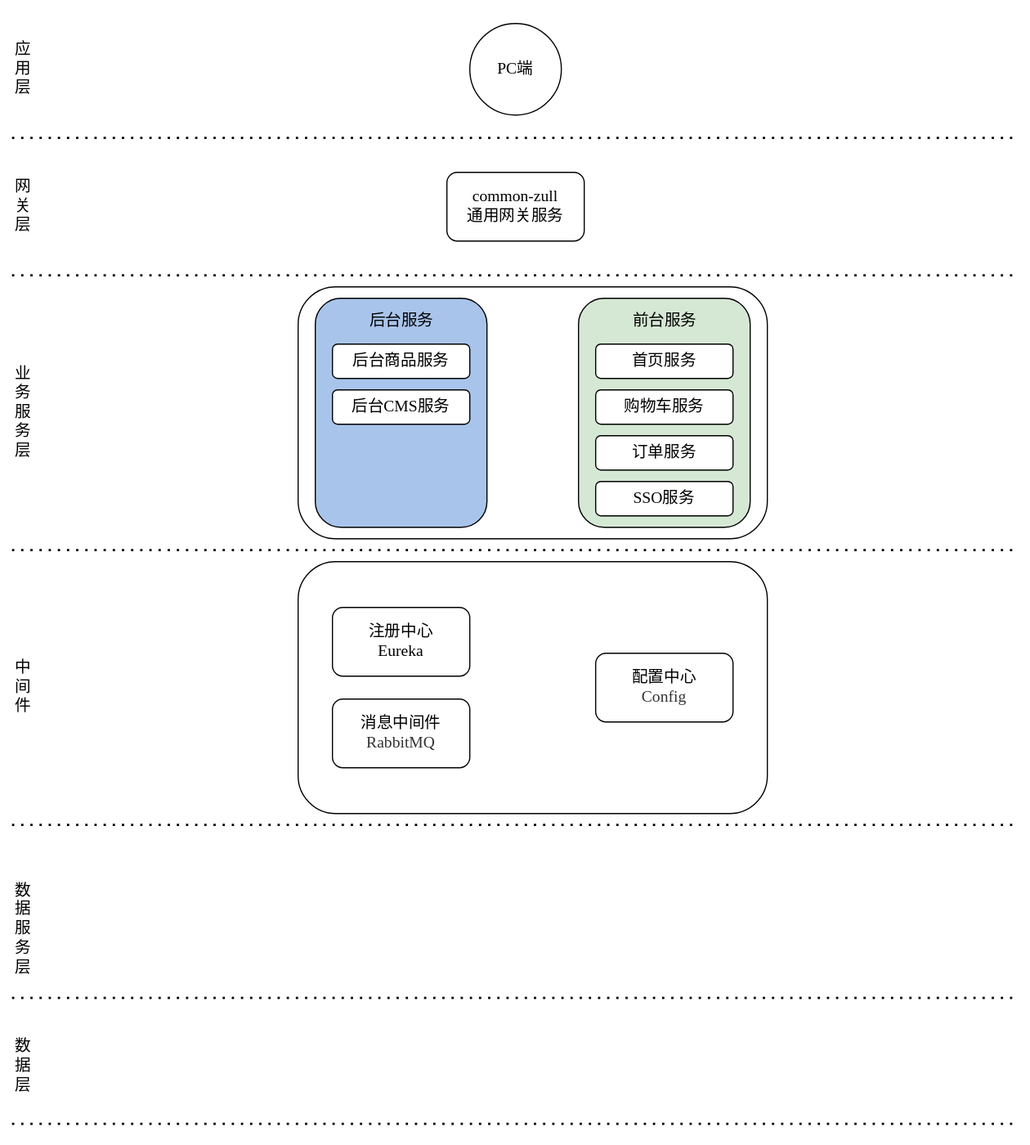
Above: draw/百战商城项目架构.svg in zhangqinghua/hexo_image (draw.io), before the change. Source tidied: cells renumbered, new cells last; positions are measured from the earlier drawing's top-left corner, leaving out a move shared by most shapes.
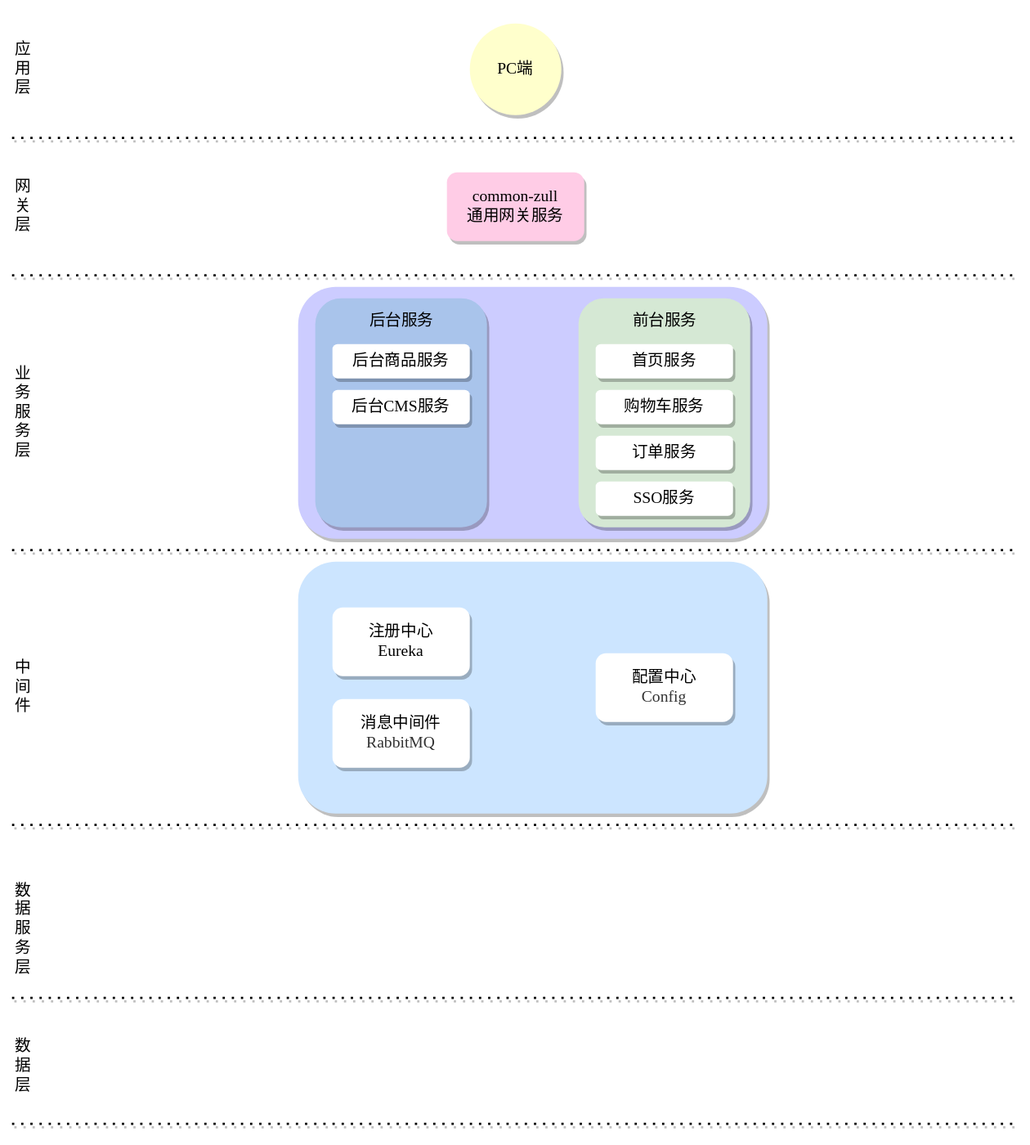
The same diagram one commit later.

Commit message:
已添加 百战商城项目架构.svg

Change to the diagram source:
```diff
@@ -2,114 +2,114 @@
   <root>
     <mxCell id="0" />
     <mxCell id="1" parent="0" />
-    <mxCell id="2" style="rounded=1;whiteSpace=wrap;html=1;fontFamily=Lucida Console;fillColor=#FFFFFF;fontSize=14;" parent="1" vertex="1">
+    <mxCell id="2" style="rounded=1;whiteSpace=wrap;html=1;fontFamily=Lucida Console;fontSize=14;strokeColor=none;fillColor=#CCCCFF;shadow=1;" parent="1" vertex="1">
       <mxGeometry x="250" y="250" width="410" height="220" as="geometry" />
     </mxCell>
-    <mxCell id="3" style="rounded=1;whiteSpace=wrap;html=1;fontFamily=Lucida Console;fillColor=#D5E8D4;fontSize=14;" parent="1" vertex="1">
+    <mxCell id="3" style="rounded=1;whiteSpace=wrap;html=1;fontFamily=Lucida Console;fillColor=#D5E8D4;fontSize=14;strokeColor=none;shadow=1;" parent="1" vertex="1">
       <mxGeometry x="495" y="260" width="150" height="200" as="geometry" />
     </mxCell>
-    <mxCell id="4" style="rounded=1;whiteSpace=wrap;html=1;fontFamily=Lucida Console;fillColor=#A9C4EB;fontSize=14;" parent="1" vertex="1">
+    <mxCell id="4" style="rounded=1;whiteSpace=wrap;html=1;fontFamily=Lucida Console;fillColor=#A9C4EB;fontSize=14;strokeColor=none;shadow=1;" parent="1" vertex="1">
       <mxGeometry x="265" y="260" width="150" height="200" as="geometry" />
     </mxCell>
-    <mxCell id="5" style="endArrow=none;dashed=1;html=1;dashPattern=1 3;strokeWidth=2;fontFamily=Lucida Console;fontSize=14;" parent="1" edge="1">
+    <mxCell id="5" style="endArrow=none;dashed=1;html=1;dashPattern=1 3;strokeWidth=2;fontFamily=Lucida Console;fontSize=14;shadow=1;" parent="1" edge="1">
       <mxGeometry relative="1" as="geometry">
         <mxPoint y="120" as="sourcePoint" />
         <mxPoint x="880" y="120" as="targetPoint" />
       </mxGeometry>
     </mxCell>
-    <mxCell id="6" value="&lt;font style=&quot;font-size: 14px;&quot;&gt;应用层&lt;/font&gt;" style="text;html=1;strokeColor=none;fillColor=none;align=center;verticalAlign=middle;whiteSpace=wrap;rounded=0;fontFamily=Lucida Console;fontSize=14;" parent="1" vertex="1">
+    <mxCell id="6" value="&lt;font style=&quot;font-size: 14px;&quot;&gt;应用层&lt;/font&gt;" style="text;html=1;strokeColor=none;fillColor=none;align=center;verticalAlign=middle;whiteSpace=wrap;rounded=0;fontFamily=Lucida Console;fontSize=14;shadow=1;" parent="1" vertex="1">
       <mxGeometry width="20" height="120" as="geometry" />
     </mxCell>
-    <mxCell id="7" value="&lt;span style=&quot;font-size: 14px;&quot;&gt;网关层&lt;/span&gt;" style="text;html=1;strokeColor=none;fillColor=none;align=center;verticalAlign=middle;whiteSpace=wrap;rounded=0;fontFamily=Lucida Console;fontSize=14;" parent="1" vertex="1">
+    <mxCell id="7" value="&lt;span style=&quot;font-size: 14px;&quot;&gt;网关层&lt;/span&gt;" style="text;html=1;strokeColor=none;fillColor=none;align=center;verticalAlign=middle;whiteSpace=wrap;rounded=0;fontFamily=Lucida Console;fontSize=14;shadow=1;" parent="1" vertex="1">
       <mxGeometry y="120" width="20" height="120" as="geometry" />
     </mxCell>
-    <mxCell id="8" style="endArrow=none;dashed=1;html=1;dashPattern=1 3;strokeWidth=2;fontFamily=Lucida Console;fontSize=14;" parent="1" edge="1">
+    <mxCell id="8" style="endArrow=none;dashed=1;html=1;dashPattern=1 3;strokeWidth=2;fontFamily=Lucida Console;fontSize=14;shadow=1;" parent="1" edge="1">
       <mxGeometry relative="1" as="geometry">
         <mxPoint y="240" as="sourcePoint" />
         <mxPoint x="880" y="240" as="targetPoint" />
       </mxGeometry>
     </mxCell>
-    <mxCell id="9" value="&lt;span style=&quot;font-size: 14px;&quot;&gt;业务服务层&lt;/span&gt;" style="text;html=1;strokeColor=none;fillColor=none;align=center;verticalAlign=middle;whiteSpace=wrap;rounded=0;fontFamily=Lucida Console;fontSize=14;" parent="1" vertex="1">
+    <mxCell id="9" value="&lt;span style=&quot;font-size: 14px;&quot;&gt;业务服务层&lt;/span&gt;" style="text;html=1;strokeColor=none;fillColor=none;align=center;verticalAlign=middle;whiteSpace=wrap;rounded=0;fontFamily=Lucida Console;fontSize=14;shadow=1;" parent="1" vertex="1">
       <mxGeometry y="240" width="20" height="240" as="geometry" />
     </mxCell>
-    <mxCell id="10" style="endArrow=none;dashed=1;html=1;dashPattern=1 3;strokeWidth=2;fontFamily=Lucida Console;fontSize=14;" parent="1" edge="1" target="9">
+    <mxCell id="10" style="endArrow=none;dashed=1;html=1;dashPattern=1 3;strokeWidth=2;fontFamily=Lucida Console;fontSize=14;shadow=1;" parent="1" edge="1" target="9">
       <mxGeometry relative="1" as="geometry">
         <mxPoint y="320" as="sourcePoint" />
       </mxGeometry>
     </mxCell>
-    <mxCell id="11" style="endArrow=none;dashed=1;html=1;dashPattern=1 3;strokeWidth=2;fontFamily=Lucida Console;fontSize=14;" parent="1" edge="1">
+    <mxCell id="11" style="endArrow=none;dashed=1;html=1;dashPattern=1 3;strokeWidth=2;fontFamily=Lucida Console;fontSize=14;shadow=1;" parent="1" edge="1">
       <mxGeometry relative="1" as="geometry">
         <mxPoint y="480" as="sourcePoint" />
         <mxPoint x="880" y="480" as="targetPoint" />
       </mxGeometry>
     </mxCell>
-    <mxCell id="12" value="&lt;span style=&quot;font-size: 14px;&quot;&gt;中间件&lt;/span&gt;" style="text;html=1;strokeColor=none;fillColor=none;align=center;verticalAlign=middle;whiteSpace=wrap;rounded=0;fontFamily=Lucida Console;fontSize=14;" parent="1" vertex="1">
+    <mxCell id="12" value="&lt;span style=&quot;font-size: 14px;&quot;&gt;中间件&lt;/span&gt;" style="text;html=1;strokeColor=none;fillColor=none;align=center;verticalAlign=middle;whiteSpace=wrap;rounded=0;fontFamily=Lucida Console;fontSize=14;shadow=1;" parent="1" vertex="1">
       <mxGeometry y="480" width="20" height="240" as="geometry" />
     </mxCell>
-    <mxCell id="13" style="endArrow=none;dashed=1;html=1;dashPattern=1 3;strokeWidth=2;fontFamily=Lucida Console;fontSize=14;" parent="1" edge="1">
+    <mxCell id="13" style="endArrow=none;dashed=1;html=1;dashPattern=1 3;strokeWidth=2;fontFamily=Lucida Console;fontSize=14;shadow=1;" parent="1" edge="1">
       <mxGeometry relative="1" as="geometry">
         <mxPoint y="720" as="sourcePoint" />
         <mxPoint x="880" y="720" as="targetPoint" />
       </mxGeometry>
     </mxCell>
-    <mxCell id="14" value="&lt;span style=&quot;font-size: 14px;&quot;&gt;数据服务层&lt;/span&gt;" style="text;html=1;strokeColor=none;fillColor=none;align=center;verticalAlign=middle;whiteSpace=wrap;rounded=0;fontFamily=Lucida Console;fontSize=14;" parent="1" vertex="1">
+    <mxCell id="14" value="&lt;span style=&quot;font-size: 14px;&quot;&gt;数据服务层&lt;/span&gt;" style="text;html=1;strokeColor=none;fillColor=none;align=center;verticalAlign=middle;whiteSpace=wrap;rounded=0;fontFamily=Lucida Console;fontSize=14;shadow=1;" parent="1" vertex="1">
       <mxGeometry y="751" width="20" height="120" as="geometry" />
     </mxCell>
-    <mxCell id="15" style="endArrow=none;dashed=1;html=1;dashPattern=1 3;strokeWidth=2;fontFamily=Lucida Console;fontSize=14;" parent="1" edge="1">
+    <mxCell id="15" style="endArrow=none;dashed=1;html=1;dashPattern=1 3;strokeWidth=2;fontFamily=Lucida Console;fontSize=14;shadow=1;" parent="1" edge="1">
       <mxGeometry relative="1" as="geometry">
         <mxPoint y="871" as="sourcePoint" />
         <mxPoint x="880" y="871" as="targetPoint" />
       </mxGeometry>
     </mxCell>
-    <mxCell id="16" style="endArrow=none;dashed=1;html=1;dashPattern=1 3;strokeWidth=2;fontFamily=Lucida Console;fontSize=14;" parent="1" edge="1">
+    <mxCell id="16" style="endArrow=none;dashed=1;html=1;dashPattern=1 3;strokeWidth=2;fontFamily=Lucida Console;fontSize=14;shadow=1;" parent="1" edge="1">
       <mxGeometry relative="1" as="geometry">
         <mxPoint y="981" as="sourcePoint" />
         <mxPoint x="880" y="981" as="targetPoint" />
       </mxGeometry>
     </mxCell>
-    <mxCell id="17" value="&lt;span style=&quot;font-size: 14px;&quot;&gt;数据层&lt;/span&gt;" style="text;html=1;strokeColor=none;fillColor=none;align=center;verticalAlign=middle;whiteSpace=wrap;rounded=0;fontFamily=Lucida Console;fontSize=14;" parent="1" vertex="1">
+    <mxCell id="17" value="&lt;span style=&quot;font-size: 14px;&quot;&gt;数据层&lt;/span&gt;" style="text;html=1;strokeColor=none;fillColor=none;align=center;verticalAlign=middle;whiteSpace=wrap;rounded=0;fontFamily=Lucida Console;fontSize=14;shadow=1;" parent="1" vertex="1">
       <mxGeometry y="871" width="20" height="120" as="geometry" />
     </mxCell>
-    <mxCell id="18" value="common-zull&lt;br style=&quot;font-size: 14px;&quot;&gt;通用网关服务" style="rounded=1;whiteSpace=wrap;html=1;fontFamily=Lucida Console;fontSize=14;" parent="1" vertex="1">
+    <mxCell id="18" value="common-zull&lt;br style=&quot;font-size: 14px;&quot;&gt;通用网关服务" style="rounded=1;whiteSpace=wrap;html=1;fontFamily=Lucida Console;fontSize=14;strokeColor=none;fillColor=#FFCCE6;shadow=1;" parent="1" vertex="1">
       <mxGeometry x="380" y="150" width="120" height="60" as="geometry" />
     </mxCell>
-    <mxCell id="19" value="PC端" style="ellipse;whiteSpace=wrap;html=1;fontFamily=Lucida Console;fontSize=14;" parent="1" vertex="1">
+    <mxCell id="19" value="PC端" style="ellipse;whiteSpace=wrap;html=1;fontFamily=Lucida Console;fontSize=14;strokeColor=none;fillColor=#FFFFCC;shadow=1;" parent="1" vertex="1">
       <mxGeometry x="400" y="20" width="80" height="80" as="geometry" />
     </mxCell>
-    <mxCell id="20" value="后台商品服务" style="rounded=1;whiteSpace=wrap;html=1;fontFamily=Lucida Console;fontSize=14;" parent="1" vertex="1">
+    <mxCell id="20" value="后台商品服务" style="rounded=1;whiteSpace=wrap;html=1;fontFamily=Lucida Console;fontSize=14;strokeColor=none;shadow=1;" parent="1" vertex="1">
       <mxGeometry x="280" y="300" width="120" height="30" as="geometry" />
     </mxCell>
-    <mxCell id="21" value="后台CMS服务" style="rounded=1;whiteSpace=wrap;html=1;fontFamily=Lucida Console;fontSize=14;" parent="1" vertex="1">
+    <mxCell id="21" value="后台CMS服务" style="rounded=1;whiteSpace=wrap;html=1;fontFamily=Lucida Console;fontSize=14;strokeColor=none;shadow=1;" parent="1" vertex="1">
       <mxGeometry x="280" y="340" width="120" height="30" as="geometry" />
     </mxCell>
-    <mxCell id="22" value="首页服务" style="rounded=1;whiteSpace=wrap;html=1;fontFamily=Lucida Console;fontSize=14;" parent="1" vertex="1">
+    <mxCell id="22" value="首页服务" style="rounded=1;whiteSpace=wrap;html=1;fontFamily=Lucida Console;fontSize=14;strokeColor=none;shadow=1;" parent="1" vertex="1">
       <mxGeometry x="510" y="300" width="120" height="30" as="geometry" />
     </mxCell>
-    <mxCell id="23" value="购物车服务" style="rounded=1;whiteSpace=wrap;html=1;fontFamily=Lucida Console;fontSize=14;" parent="1" vertex="1">
+    <mxCell id="23" value="购物车服务" style="rounded=1;whiteSpace=wrap;html=1;fontFamily=Lucida Console;fontSize=14;strokeColor=none;shadow=1;" parent="1" vertex="1">
       <mxGeometry x="510" y="340" width="120" height="30" as="geometry" />
     </mxCell>
-    <mxCell id="24" value="订单服务" style="rounded=1;whiteSpace=wrap;html=1;fontFamily=Lucida Console;fontSize=14;" parent="1" vertex="1">
+    <mxCell id="24" value="订单服务" style="rounded=1;whiteSpace=wrap;html=1;fontFamily=Lucida Console;fontSize=14;strokeColor=none;shadow=1;" parent="1" vertex="1">
       <mxGeometry x="510" y="380" width="120" height="30" as="geometry" />
     </mxCell>
-    <mxCell id="25" value="SSO服务" style="rounded=1;whiteSpace=wrap;html=1;fontFamily=Lucida Console;fontSize=14;" parent="1" vertex="1">
+    <mxCell id="25" value="SSO服务" style="rounded=1;whiteSpace=wrap;html=1;fontFamily=Lucida Console;fontSize=14;strokeColor=none;shadow=1;" parent="1" vertex="1">
       <mxGeometry x="510" y="420" width="120" height="30" as="geometry" />
     </mxCell>
-    <mxCell id="26" value="后台服务" style="text;html=1;align=center;verticalAlign=middle;strokeColor=none;fontFamily=Lucida Console;fontSize=14;" parent="1" vertex="1">
+    <mxCell id="26" value="后台服务" style="text;html=1;align=center;verticalAlign=middle;strokeColor=none;fontFamily=Lucida Console;fontSize=14;shadow=1;" parent="1" vertex="1">
       <mxGeometry x="305" y="270" width="70" height="20" as="geometry" />
     </mxCell>
-    <mxCell id="27" value="前台服务" style="text;html=1;align=center;verticalAlign=middle;strokeColor=none;fontFamily=Lucida Console;fontSize=14;" parent="1" vertex="1">
+    <mxCell id="27" value="前台服务" style="text;html=1;align=center;verticalAlign=middle;strokeColor=none;fontFamily=Lucida Console;fontSize=14;shadow=1;" parent="1" vertex="1">
       <mxGeometry x="535" y="270" width="70" height="20" as="geometry" />
     </mxCell>
-    <mxCell id="28" style="rounded=1;whiteSpace=wrap;html=1;fontFamily=Lucida Console;fillColor=#FFFFFF;fontSize=14;" parent="1" vertex="1">
+    <mxCell id="28" style="rounded=1;whiteSpace=wrap;html=1;fontFamily=Lucida Console;fontSize=14;strokeColor=none;fillColor=#CCE5FF;shadow=1;" parent="1" vertex="1">
       <mxGeometry x="250" y="490" width="410" height="220" as="geometry" />
     </mxCell>
-    <mxCell id="29" value="注册中心&lt;br style=&quot;font-size: 14px;&quot;&gt;Eureka" style="rounded=1;whiteSpace=wrap;html=1;fontFamily=Lucida Console;fontSize=14;" parent="1" vertex="1">
+    <mxCell id="29" value="注册中心&lt;br style=&quot;font-size: 14px;&quot;&gt;Eureka" style="rounded=1;whiteSpace=wrap;html=1;fontFamily=Lucida Console;fontSize=14;strokeColor=none;shadow=1;" parent="1" vertex="1">
       <mxGeometry x="280" y="530" width="120" height="60" as="geometry" />
     </mxCell>
-    <mxCell id="30" value="消息中间件&lt;br style=&quot;font-size: 14px;&quot;&gt;&lt;span style=&quot;color: rgb(50, 50, 50); font-size: 14px; background-color: rgba(255, 255, 255, 0.01);&quot;&gt;RabbitMQ&lt;/span&gt;" style="rounded=1;whiteSpace=wrap;html=1;fontFamily=Lucida Console;fontSize=14;" parent="1" vertex="1">
+    <mxCell id="30" value="消息中间件&lt;br style=&quot;font-size: 14px;&quot;&gt;&lt;span style=&quot;color: rgb(50, 50, 50); font-size: 14px; background-color: rgba(255, 255, 255, 0.01);&quot;&gt;RabbitMQ&lt;/span&gt;" style="rounded=1;whiteSpace=wrap;html=1;fontFamily=Lucida Console;fontSize=14;strokeColor=none;shadow=1;" parent="1" vertex="1">
       <mxGeometry x="280" y="610" width="120" height="60" as="geometry" />
     </mxCell>
-    <mxCell id="31" value="配置中心&lt;br style=&quot;font-size: 14px;&quot;&gt;&lt;span style=&quot;color: rgb(50, 50, 50); font-size: 14px; background-color: rgba(255, 255, 255, 0.01);&quot;&gt;Config&lt;/span&gt;" style="rounded=1;whiteSpace=wrap;html=1;fontFamily=Lucida Console;fontSize=14;" parent="1" vertex="1">
+    <mxCell id="31" value="配置中心&lt;br style=&quot;font-size: 14px;&quot;&gt;&lt;span style=&quot;color: rgb(50, 50, 50); font-size: 14px; background-color: rgba(255, 255, 255, 0.01);&quot;&gt;Config&lt;/span&gt;" style="rounded=1;whiteSpace=wrap;html=1;fontFamily=Lucida Console;fontSize=14;strokeColor=none;shadow=1;" parent="1" vertex="1">
       <mxGeometry x="510" y="570" width="120" height="60" as="geometry" />
     </mxCell>
   </root>
```
